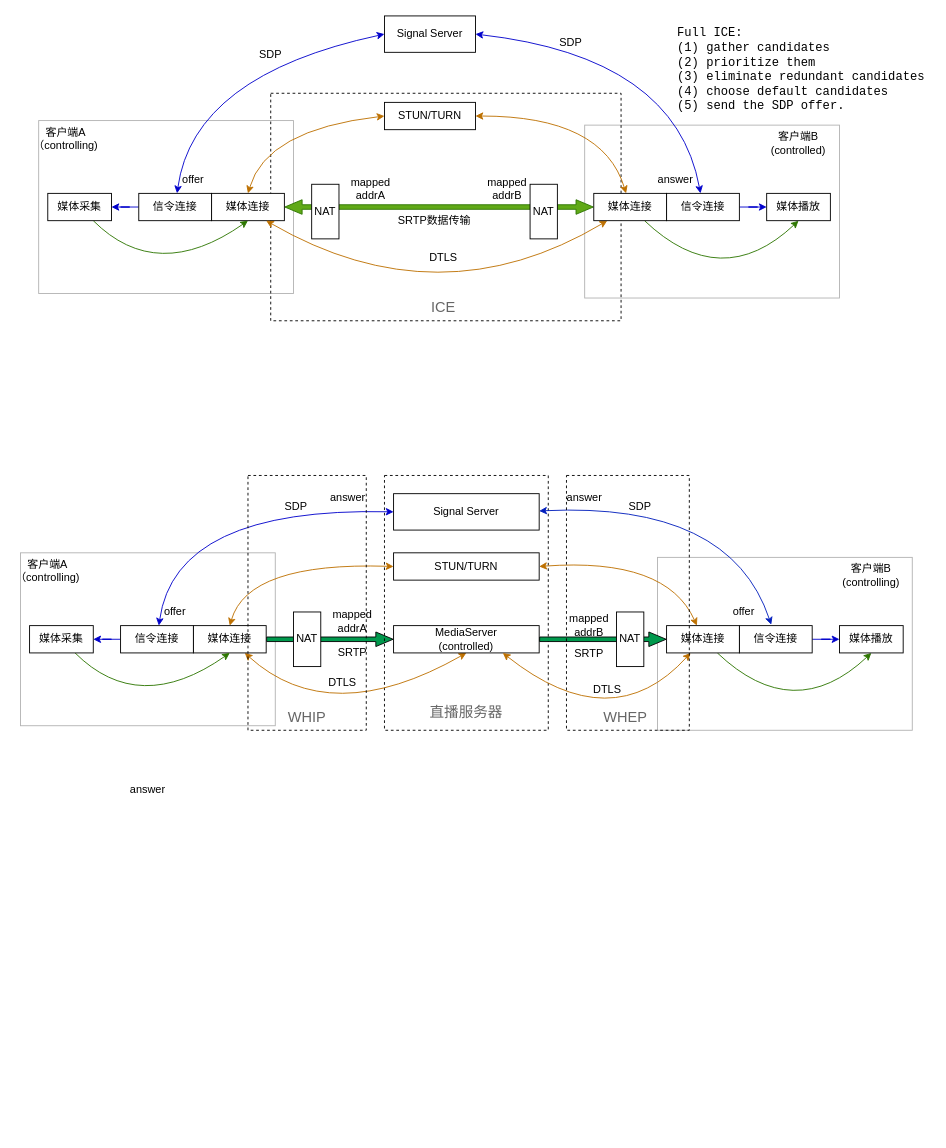
This is assets/直播.drawio from newliw/blog, a draw.io file, before an edit. Source tidied: cells renumbered, new cells numbered last; positions are measured from the earlier drawing's top-left corner, leaving out a move shared by most shapes. Both pictures are drawn from the tidied source at 91%, with x=0, y=0 at pixel (20, 15).
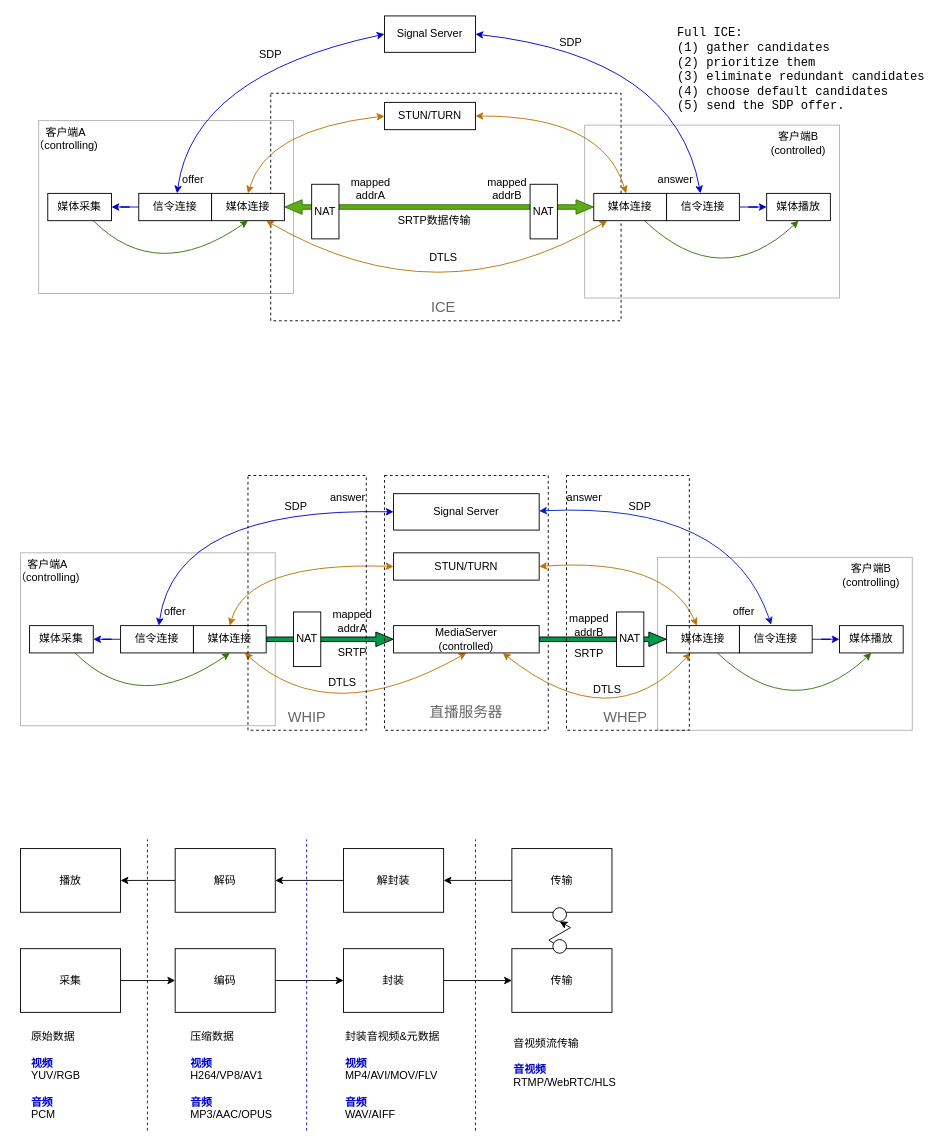
Above is the later version.

The edit, as a diff of the source:
```diff
@@
-    <mxCell id="57" value="answer" style="text;html=1;align=center;verticalAlign=middle;whiteSpace=wrap;rounded=0;" parent="1" vertex="1">
-      <mxGeometry x="110" y="835" width="60" height="30" as="geometry" />
-    </mxCell>
@@
+    <mxCell id="83" style="edgeStyle=orthogonalEdgeStyle;rounded=0;jettySize=auto;html=1;" parent="1" edge="1" source="84" target="86">
+      <mxGeometry relative="1" as="geometry" />
+    </mxCell>
+    <mxCell id="84" value="采集" style="rounded=0;whiteSpace=wrap;html=1;" parent="1" vertex="1">
+      <mxGeometry y="1025" width="110" height="70" as="geometry" />
+    </mxCell>
+    <mxCell id="85" style="edgeStyle=orthogonalEdgeStyle;rounded=0;jettySize=auto;html=1;entryX=0;entryY=0.5;entryDx=0;entryDy=0;" parent="1" edge="1" source="86" target="88">
+      <mxGeometry relative="1" as="geometry" />
+    </mxCell>
+    <mxCell id="86" value="编码" style="rounded=0;whiteSpace=wrap;html=1;" parent="1" vertex="1">
+      <mxGeometry x="170" y="1025" width="110" height="70" as="geometry" />
+    </mxCell>
+    <mxCell id="87" style="edgeStyle=orthogonalEdgeStyle;rounded=0;jettySize=auto;html=1;entryX=0;entryY=0.5;entryDx=0;entryDy=0;" parent="1" edge="1" source="88" target="89">
+      <mxGeometry relative="1" as="geometry" />
+    </mxCell>
+    <mxCell id="88" value="封装" style="rounded=0;whiteSpace=wrap;html=1;" parent="1" vertex="1">
+      <mxGeometry x="355" y="1025" width="110" height="70" as="geometry" />
+    </mxCell>
+    <mxCell id="89" value="传输" style="rounded=0;whiteSpace=wrap;html=1;" parent="1" vertex="1">
+      <mxGeometry x="540" y="1025" width="110" height="70" as="geometry" />
+    </mxCell>
+    <mxCell id="90" style="edgeStyle=orthogonalEdgeStyle;rounded=0;jettySize=auto;html=1;entryX=1;entryY=0.5;entryDx=0;entryDy=0;" parent="1" edge="1" source="91" target="93">
+      <mxGeometry relative="1" as="geometry" />
+    </mxCell>
+    <mxCell id="91" value="传输" style="rounded=0;whiteSpace=wrap;html=1;" parent="1" vertex="1">
+      <mxGeometry x="540" y="915" width="110" height="70" as="geometry" />
+    </mxCell>
+    <mxCell id="92" style="edgeStyle=orthogonalEdgeStyle;rounded=0;jettySize=auto;html=1;" parent="1" edge="1" source="93" target="95">
+      <mxGeometry relative="1" as="geometry" />
+    </mxCell>
+    <mxCell id="93" value="解封装" style="rounded=0;whiteSpace=wrap;html=1;" parent="1" vertex="1">
+      <mxGeometry x="355" y="915" width="110" height="70" as="geometry" />
+    </mxCell>
+    <mxCell id="94" style="edgeStyle=orthogonalEdgeStyle;rounded=0;jettySize=auto;html=1;entryX=1;entryY=0.5;entryDx=0;entryDy=0;" parent="1" edge="1" source="95" target="96">
+      <mxGeometry relative="1" as="geometry" />
+    </mxCell>
+    <mxCell id="95" value="解码" style="rounded=0;whiteSpace=wrap;html=1;" parent="1" vertex="1">
+      <mxGeometry x="170" y="915" width="110" height="70" as="geometry" />
+    </mxCell>
+    <mxCell id="96" value="播放" style="rounded=0;whiteSpace=wrap;html=1;" parent="1" vertex="1">
+      <mxGeometry y="915" width="110" height="70" as="geometry" />
+    </mxCell>
+    <mxCell id="97" style="edgeStyle=isometricEdgeStyle;rounded=0;jettySize=auto;html=1;entryX=0.5;entryY=1;entryDx=0;entryDy=0;elbow=vertical;" parent="1" edge="1" source="98" target="99">
+      <mxGeometry relative="1" as="geometry" />
+    </mxCell>
+    <mxCell id="98" style="ellipse;whiteSpace=wrap;html=1;" parent="1" vertex="1">
+      <mxGeometry x="585" y="1015" width="15" height="15" as="geometry" />
+    </mxCell>
+    <mxCell id="99" style="ellipse;whiteSpace=wrap;html=1;" parent="1" vertex="1">
+      <mxGeometry x="585" y="980" width="15" height="15" as="geometry" />
+    </mxCell>
+    <mxCell id="100" style="endArrow=none;html=1;rounded=0;dashed=1;strokeColor=#0000CC;" parent="1" edge="1">
+      <mxGeometry relative="1" as="geometry">
+        <mxPoint x="139.5" y="1225" as="sourcePoint" />
+        <mxPoint x="139.5" y="905" as="targetPoint" />
+      </mxGeometry>
+    </mxCell>
+    <mxCell id="101" style="endArrow=none;html=1;rounded=0;dashed=1;strokeColor=#0000CC;" parent="1" edge="1">
+      <mxGeometry relative="1" as="geometry">
+        <mxPoint x="314.5" y="1225" as="sourcePoint" />
+        <mxPoint x="314.5" y="905" as="targetPoint" />
+      </mxGeometry>
+    </mxCell>
+    <mxCell id="102" style="endArrow=none;html=1;rounded=0;dashed=1;strokeColor=#0000CC;" parent="1" edge="1">
+      <mxGeometry relative="1" as="geometry">
+        <mxPoint x="500" y="1225" as="sourcePoint" />
+        <mxPoint x="500" y="905" as="targetPoint" />
+      </mxGeometry>
+    </mxCell>
+    <mxCell id="103" value="&lt;div&gt;原始数据&lt;/div&gt;&lt;div&gt;&lt;br&gt;&lt;/div&gt;&lt;b&gt;&lt;font color=&quot;#0000cc&quot;&gt;视频&lt;/font&gt;&lt;/b&gt;&lt;div&gt;YUV/RGB&lt;/div&gt;&lt;div&gt;&lt;br&gt;&lt;/div&gt;&lt;div&gt;&lt;b&gt;&lt;font color=&quot;#0000cc&quot;&gt;音频&lt;/font&gt;&lt;/b&gt;&lt;/div&gt;&lt;div&gt;PCM&lt;/div&gt;" style="text;html=1;align=left;verticalAlign=middle;whiteSpace=wrap;rounded=0;" parent="1" vertex="1">
+      <mxGeometry x="10" y="1105" width="90" height="120" as="geometry" />
+    </mxCell>
+    <mxCell id="104" value="&lt;div&gt;压缩数据&lt;/div&gt;&lt;b&gt;&lt;font color=&quot;#0000cc&quot;&gt;&lt;div&gt;&lt;b&gt;&lt;font color=&quot;#0000cc&quot;&gt;&lt;br&gt;&lt;/font&gt;&lt;/b&gt;&lt;/div&gt;视频&lt;/font&gt;&lt;/b&gt;&lt;div&gt;H264/VP8/AV1&lt;/div&gt;&lt;div&gt;&lt;br&gt;&lt;/div&gt;&lt;div&gt;&lt;b&gt;&lt;font color=&quot;#0000cc&quot;&gt;音频&lt;/font&gt;&lt;/b&gt;&lt;/div&gt;&lt;div&gt;MP3/AAC/OPUS&lt;/div&gt;" style="text;html=1;align=left;verticalAlign=middle;whiteSpace=wrap;rounded=0;" parent="1" vertex="1">
+      <mxGeometry x="185" y="1125" width="90" height="80" as="geometry" />
+    </mxCell>
+    <mxCell id="105" value="&lt;div&gt;封装音视频&amp;amp;元数据&lt;/div&gt;&lt;div&gt;&lt;b&gt;&lt;font color=&quot;#0000cc&quot;&gt;&lt;br&gt;&lt;/font&gt;&lt;/b&gt;&lt;/div&gt;&lt;font style=&quot;font-weight: bold;&quot; color=&quot;#0000cc&quot;&gt;视频&lt;/font&gt;&lt;div&gt;MP4/AVI/MOV/FLV&lt;/div&gt;&lt;div&gt;&lt;br&gt;&lt;/div&gt;&lt;div&gt;&lt;b&gt;&lt;font color=&quot;#0000cc&quot;&gt;音频&lt;/font&gt;&lt;/b&gt;&lt;/div&gt;&lt;div&gt;WAV/AIFF&lt;/div&gt;" style="text;html=1;align=left;verticalAlign=middle;whiteSpace=wrap;rounded=0;" parent="1" vertex="1">
+      <mxGeometry x="355" y="1125" width="115" height="80" as="geometry" />
+    </mxCell>
+    <mxCell id="106" value="&lt;div&gt;音视频流传输&lt;/div&gt;&lt;div&gt;&lt;b&gt;&lt;font color=&quot;#0000cc&quot;&gt;&lt;br&gt;&lt;/font&gt;&lt;/b&gt;&lt;/div&gt;&lt;b&gt;&lt;font color=&quot;#0000cc&quot;&gt;音视频&lt;/font&gt;&lt;/b&gt;&lt;div&gt;RTMP/WebRTC/HLS&lt;/div&gt;" style="text;html=1;align=left;verticalAlign=middle;whiteSpace=wrap;rounded=0;" parent="1" vertex="1">
+      <mxGeometry x="540" y="1105" width="110" height="90" as="geometry" />
+    </mxCell>
```
